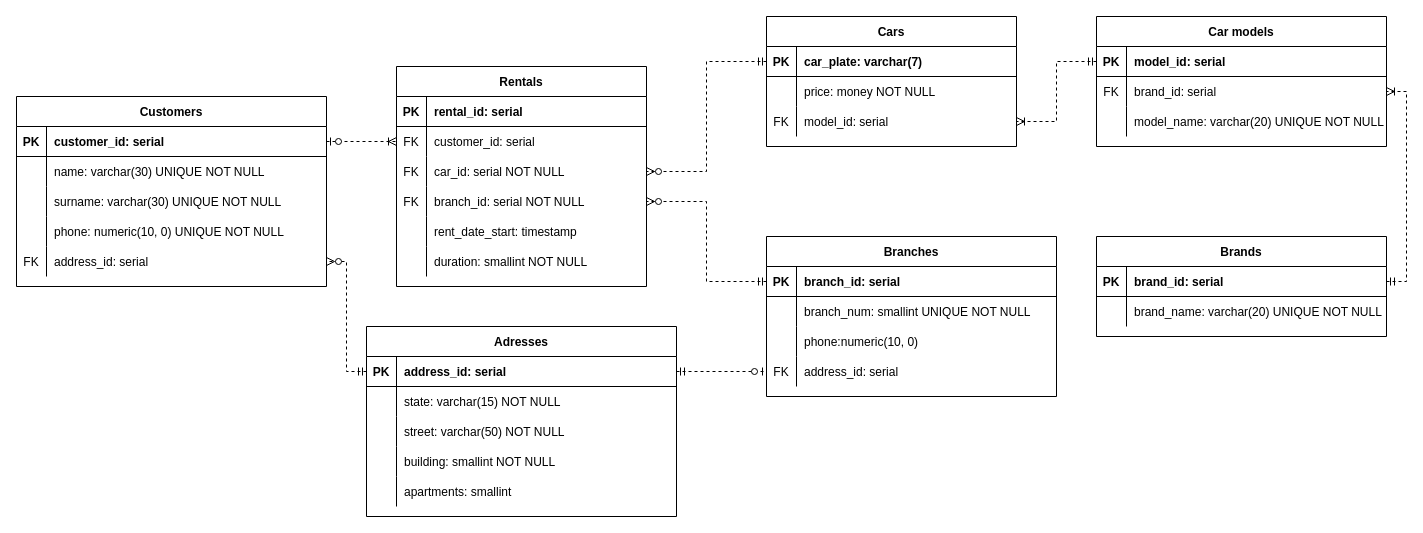
The draw.io diagram databases/task1-ERD/ER diagram.drawio in ricci5791/python-education, before the edit. Source tidied: cells renumbered, new cells numbered last; positions are measured from the earlier drawing's top-left corner, leaving out a move shared by most shapes. Both pictures are drawn from the tidied source at 100%, with x=0, y=0 at pixel (16, 16).
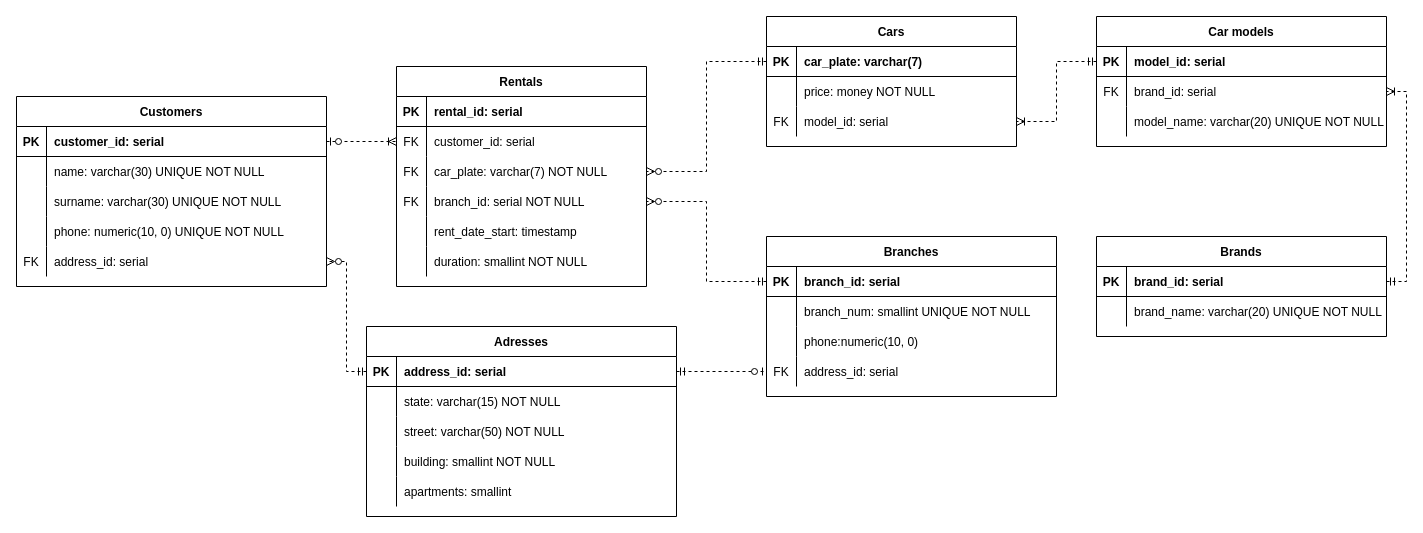
The same diagram, later.

Commit message:
fixed wrong FK in 'Rental' table from 'car_id' serial to 'car_plate' varchar

Unchanged cells that the change refers to:
```xml
<mxCell id="38" style="shape=partialRectangle;fillColor=none;points=[[0,0.5],[1,0.5]];portConstraint=eastwest;top=0;left=0;right=0;bottom=0;" parent="31" vertex="1">
  <mxGeometry y="90" width="250" height="30" as="geometry" />
</mxCell>
```

Diff of the diagram source:
```diff
@@
-    <mxCell id="40" value="car_id: serial NOT NULL" style="shape=partialRectangle;overflow=hidden;fillColor=none;top=0;left=0;bottom=0;right=0;align=left;spacingLeft=6;" parent="38" vertex="1">
+    <mxCell id="40" value="car_plate: varchar(7) NOT NULL" style="shape=partialRectangle;overflow=hidden;fillColor=none;top=0;left=0;bottom=0;right=0;align=left;spacingLeft=6;" parent="38" vertex="1">
       <mxGeometry x="30" width="220" height="30" as="geometry" />
     </mxCell>
```
